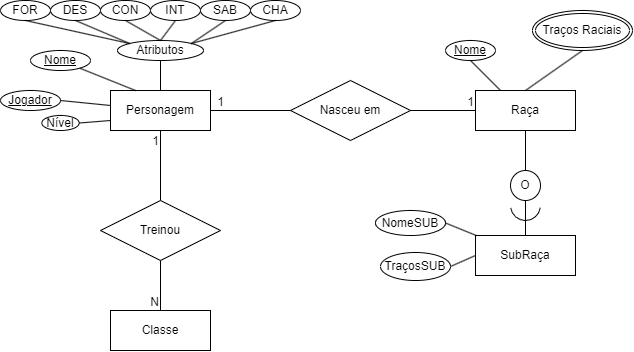
Before: DER.png, a diagram exported from draw.io (VitorFonseca123/DnD-RPG). Source tidied: cells renumbered, new cells last; positions are measured from the earlier drawing's top-left corner, leaving out a move shared by most shapes.
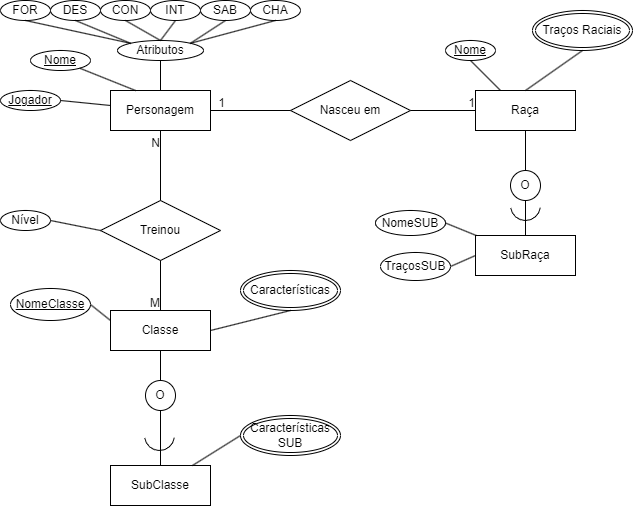
Above is the later version.

The edit, as a diff of the source:
```diff
@@ -121,28 +121,61 @@
     <mxCell id="40" value="1" style="html=1;whiteSpace=wrap;align=right;verticalAlign=bottom;" parent="39" vertex="1">
       <mxGeometry x="1" relative="1" as="geometry" />
     </mxCell>
-    <mxCell id="41" value="Nível" style="ellipse;whiteSpace=wrap;html=1;align=center;" parent="1" vertex="1">
-      <mxGeometry x="41.2" y="115" width="37.5" height="15" as="geometry" />
-    </mxCell>
-    <mxCell id="42" style="endArrow=none;html=1;rounded=0;exitX=1;exitY=0.5;exitDx=0;exitDy=0;entryX=0;entryY=0.75;entryDx=0;entryDy=0;" parent="1" edge="1" source="41" target="2">
-      <mxGeometry relative="1" as="geometry" />
-    </mxCell>
     <mxCell id="43" value="Treinou" style="shape=rhombus;perimeter=rhombusPerimeter;whiteSpace=wrap;html=1;align=center;" parent="1" vertex="1">
       <mxGeometry x="100" y="200" width="120" height="60" as="geometry" />
     </mxCell>
     <mxCell id="44" style="endArrow=none;html=1;rounded=0;entryX=0.5;entryY=0;entryDx=0;entryDy=0;exitX=0.5;exitY=1;exitDx=0;exitDy=0;" parent="1" edge="1" source="43" target="8">
       <mxGeometry relative="1" as="geometry" />
     </mxCell>
-    <mxCell id="45" value="N" style="html=1;whiteSpace=wrap;align=right;verticalAlign=bottom;" parent="44" vertex="1">
+    <mxCell id="45" value="M" style="html=1;whiteSpace=wrap;align=right;verticalAlign=bottom;" parent="44" vertex="1">
       <mxGeometry x="1" relative="1" as="geometry" />
     </mxCell>
     <mxCell id="46" style="endArrow=none;html=1;rounded=0;exitX=0.5;exitY=0;exitDx=0;exitDy=0;entryX=0.5;entryY=1;entryDx=0;entryDy=0;" parent="1" edge="1" source="43" target="2">
       <mxGeometry relative="1" as="geometry" />
     </mxCell>
-    <mxCell id="47" value="1" style="html=1;whiteSpace=wrap;align=right;verticalAlign=bottom;" parent="46" vertex="1">
+    <mxCell id="47" value="N" style="html=1;whiteSpace=wrap;align=right;verticalAlign=bottom;" parent="46" vertex="1">
       <mxGeometry x="1" relative="1" as="geometry">
         <mxPoint y="20" as="offset" />
       </mxGeometry>
     </mxCell>
+    <mxCell id="48" value="NomeClasse" style="ellipse;whiteSpace=wrap;html=1;align=center;fontStyle=4;" parent="1" vertex="1">
+      <mxGeometry x="10" y="288" width="80" height="32" as="geometry" />
+    </mxCell>
+    <mxCell id="49" style="endArrow=none;html=1;rounded=0;exitX=1;exitY=0.5;exitDx=0;exitDy=0;entryX=0;entryY=0.25;entryDx=0;entryDy=0;" parent="1" edge="1" source="48" target="8">
+      <mxGeometry relative="1" as="geometry" />
+    </mxCell>
+    <mxCell id="41" value="Nível" style="ellipse;whiteSpace=wrap;html=1;align=center;" parent="1" vertex="1">
+      <mxGeometry y="210" width="50" height="20" as="geometry" />
+    </mxCell>
+    <mxCell id="50" style="endArrow=none;html=1;rounded=0;exitX=1;exitY=0.5;exitDx=0;exitDy=0;entryX=0;entryY=0.5;entryDx=0;entryDy=0;" parent="1" edge="1" source="41" target="43">
+      <mxGeometry relative="1" as="geometry" />
+    </mxCell>
+    <mxCell id="51" value="Características" style="ellipse;shape=doubleEllipse;margin=3;whiteSpace=wrap;html=1;align=center;" parent="1" vertex="1">
+      <mxGeometry x="240" y="270" width="100" height="40" as="geometry" />
+    </mxCell>
+    <mxCell id="52" style="endArrow=none;html=1;rounded=0;exitX=1;exitY=0.5;exitDx=0;exitDy=0;entryX=0.5;entryY=1;entryDx=0;entryDy=0;" parent="1" edge="1" source="8" target="51">
+      <mxGeometry relative="1" as="geometry" />
+    </mxCell>
+    <mxCell id="53" value="O" style="ellipse;whiteSpace=wrap;html=1;" parent="1" vertex="1">
+      <mxGeometry x="145" y="380" width="30" height="30" as="geometry" />
+    </mxCell>
+    <mxCell id="54" style="endArrow=none;html=1;rounded=0;exitX=0.5;exitY=1;exitDx=0;exitDy=0;entryX=0.5;entryY=0;entryDx=0;entryDy=0;" parent="1" edge="1" source="8" target="53">
+      <mxGeometry relative="1" as="geometry" />
+    </mxCell>
+    <mxCell id="55" value="SubClasse" style="whiteSpace=wrap;html=1;align=center;" parent="1" vertex="1">
+      <mxGeometry x="110" y="465" width="100" height="40" as="geometry" />
+    </mxCell>
+    <mxCell id="56" style="endArrow=none;html=1;rounded=0;exitX=0.5;exitY=1;exitDx=0;exitDy=0;entryX=0.5;entryY=0;entryDx=0;entryDy=0;" parent="1" edge="1" source="53" target="55">
+      <mxGeometry relative="1" as="geometry" />
+    </mxCell>
+    <mxCell id="57" style="verticalLabelPosition=bottom;verticalAlign=top;html=1;shape=mxgraph.basic.arc;startAngle=0.6480476249162135;endAngle=0.1;rotation=-135;" parent="1" vertex="1">
+      <mxGeometry x="144" y="420" width="30" height="30" as="geometry" />
+    </mxCell>
+    <mxCell id="58" value="Características&lt;br&gt;SUB" style="ellipse;shape=doubleEllipse;margin=3;whiteSpace=wrap;html=1;align=center;" parent="1" vertex="1">
+      <mxGeometry x="240" y="415" width="100" height="40" as="geometry" />
+    </mxCell>
+    <mxCell id="59" style="endArrow=none;html=1;rounded=0;exitX=0;exitY=0.5;exitDx=0;exitDy=0;" parent="1" edge="1" source="58" target="55">
+      <mxGeometry relative="1" as="geometry" />
+    </mxCell>
   </root>
 </mxGraphModel>
```
